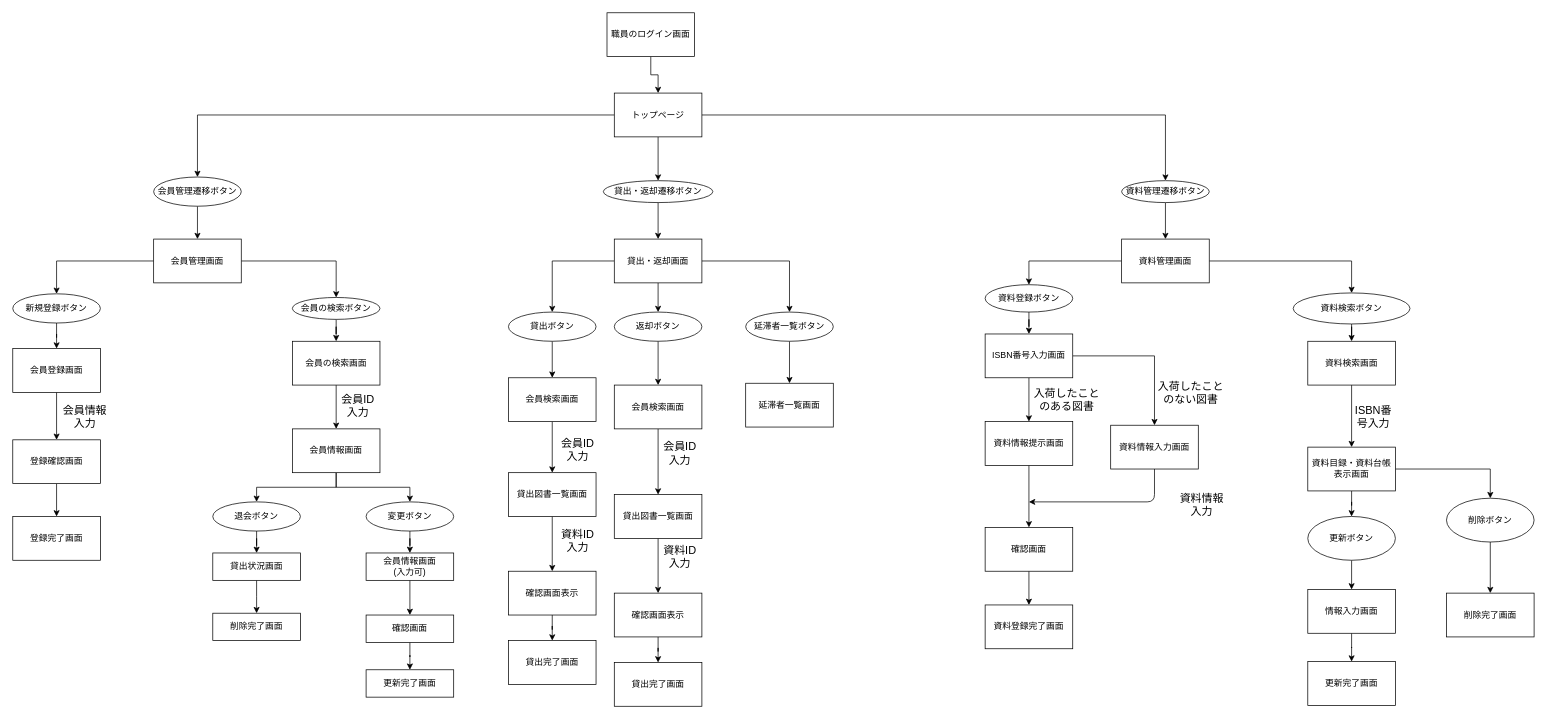
The draw.io diagram 開発演習ドキュメント/図書管理システム/成果物テンプレート/20_外部設計/画面遷移図.drawio in LovesPython/LibraryManagementSystem, before the edit. Source tidied: cells renumbered, new cells numbered last; positions are measured from the earlier drawing's top-left corner, leaving out a move shared by most shapes. Both pictures are drawn from the tidied source at 73%, with x=0, y=0 at pixel (12, 12).
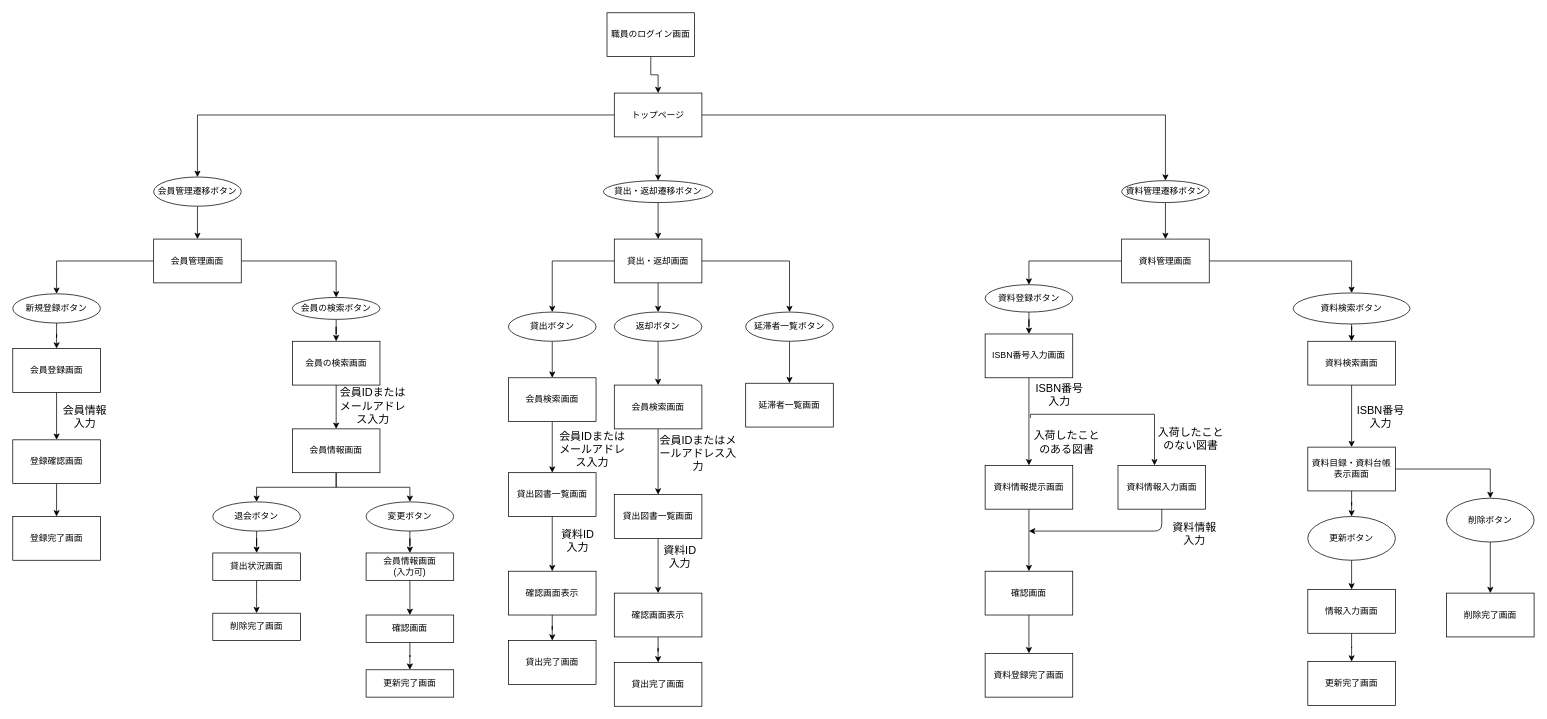
After the change.

Commit message:
画面遷移図少し修正

The change refers to these unchanged cells:
```xml
<mxCell id="42" value="ISBN番号入力画面" style="whiteSpace=wrap;html=1;rounded=0;" parent="1" vertex="1">
  <mxGeometry x="1332" y="440" width="120" height="60" as="geometry" />
</mxCell>
```

The edit, as a diff of the source:
```diff
@@
-    <mxCell id="41" style="edgeStyle=orthogonalEdgeStyle;rounded=0;jettySize=auto;html=1;" parent="1" edge="1" source="42" target="89">
-      <mxGeometry relative="1" as="geometry" />
+    <mxCell id="41" style="edgeStyle=orthogonalEdgeStyle;rounded=0;jettySize=auto;html=1;exitX=0;exitY=0;exitDx=0;exitDy=0;" parent="1" edge="1" source="87" target="89">
+      <mxGeometry relative="1" as="geometry">
+        <Array as="points">
+          <mxPoint x="1394" y="550" />
+          <mxPoint x="1564" y="550" />
+        </Array>
+      </mxGeometry>
     </mxCell>
@@
     <mxCell id="46" value="確認画面" style="whiteSpace=wrap;html=1;rounded=0;" parent="1" vertex="1">
-      <mxGeometry x="1332" y="705" width="120" height="60" as="geometry" />
+      <mxGeometry x="1332" y="765" width="120" height="60" as="geometry" />
     </mxCell>
@@
-    <mxCell id="55" value="&lt;font style=&quot;font-size: 15px&quot;&gt;会員ID入力&lt;/font&gt;" style="text;html=1;strokeColor=none;fillColor=none;align=center;verticalAlign=middle;whiteSpace=wrap;rounded=0;" parent="1" vertex="1">
-      <mxGeometry x="744" y="565" width="60" height="65" as="geometry" />
+    <mxCell id="55" value="&lt;span style=&quot;font-size: 15px&quot;&gt;会員IDまたはメールアドレス入力&lt;/span&gt;" style="text;html=1;strokeColor=none;fillColor=none;align=center;verticalAlign=middle;whiteSpace=wrap;rounded=0;" parent="1" vertex="1">
+      <mxGeometry x="744" y="565" width="100" height="65" as="geometry" />
     </mxCell>
@@
-    <mxCell id="64" value="&lt;font style=&quot;font-size: 15px&quot;&gt;会員ID入力&lt;/font&gt;" style="text;html=1;strokeColor=none;fillColor=none;align=center;verticalAlign=middle;whiteSpace=wrap;rounded=0;" parent="1" vertex="1">
-      <mxGeometry x="884" y="570" width="60" height="65" as="geometry" />
+    <mxCell id="64" value="&lt;span style=&quot;font-size: 15px&quot;&gt;会員IDまたはメールアドレス入力&lt;/span&gt;" style="text;html=1;strokeColor=none;fillColor=none;align=center;verticalAlign=middle;whiteSpace=wrap;rounded=0;" parent="1" vertex="1">
+      <mxGeometry x="884" y="570" width="110" height="65" as="geometry" />
     </mxCell>
@@
-    <mxCell id="72" value="&lt;font style=&quot;font-size: 15px&quot;&gt;会員ID入力&lt;/font&gt;" style="text;html=1;strokeColor=none;fillColor=none;align=center;verticalAlign=middle;whiteSpace=wrap;rounded=0;" parent="1" vertex="1">
-      <mxGeometry x="443" y="505" width="60" height="65" as="geometry" />
+    <mxCell id="72" value="&lt;font style=&quot;font-size: 15px&quot;&gt;会員IDまたはメールアドレス入力&lt;/font&gt;" style="text;html=1;strokeColor=none;fillColor=none;align=center;verticalAlign=middle;whiteSpace=wrap;rounded=0;" parent="1" vertex="1">
+      <mxGeometry x="443" y="505" width="101" height="65" as="geometry" />
     </mxCell>
@@
     <mxCell id="86" value="資料情報提示画面" style="whiteSpace=wrap;html=1;rounded=0;" parent="1" vertex="1">
-      <mxGeometry x="1332" y="560" width="120" height="60" as="geometry" />
+      <mxGeometry x="1332" y="620" width="120" height="60" as="geometry" />
     </mxCell>
     <mxCell id="87" value="&lt;span style=&quot;font-size: 15px&quot;&gt;入荷したことのある図書&lt;/span&gt;" style="text;html=1;strokeColor=none;fillColor=none;align=center;verticalAlign=middle;whiteSpace=wrap;rounded=0;" parent="1" vertex="1">
-      <mxGeometry x="1394" y="497.5" width="100" height="65" as="geometry" />
+      <mxGeometry x="1394" y="555" width="100" height="65" as="geometry" />
     </mxCell>
     <mxCell id="88" value="資料登録完了画面" style="whiteSpace=wrap;html=1;rounded=0;" parent="1" vertex="1">
-      <mxGeometry x="1332" y="811.2" width="120" height="60" as="geometry" />
+      <mxGeometry x="1332" y="877.5" width="120" height="60" as="geometry" />
     </mxCell>
     <mxCell id="89" value="資料情報入力画面" style="whiteSpace=wrap;html=1;rounded=0;" parent="1" vertex="1">
-      <mxGeometry x="1504" y="565" width="120" height="60" as="geometry" />
+      <mxGeometry x="1514" y="620" width="120" height="60" as="geometry" />
     </mxCell>
     <mxCell id="90" style="endArrow=classic;html=1;exitX=0.5;exitY=1;exitDx=0;exitDy=0;" parent="1" edge="1" source="89">
       <mxGeometry relative="1" as="geometry">
-        <mxPoint x="1392" y="670" as="targetPoint" />
+        <mxPoint x="1392" y="710" as="targetPoint" />
         <Array as="points">
-          <mxPoint x="1564" y="670" />
+          <mxPoint x="1574" y="710" />
         </Array>
       </mxGeometry>
     </mxCell>
     <mxCell id="91" value="&lt;span style=&quot;font-size: 15px&quot;&gt;入荷したことのない図書&lt;/span&gt;" style="text;html=1;strokeColor=none;fillColor=none;align=center;verticalAlign=middle;whiteSpace=wrap;rounded=0;" parent="1" vertex="1">
-      <mxGeometry x="1564" y="487.5" width="100" height="65" as="geometry" />
+      <mxGeometry x="1564" y="550" width="100" height="65" as="geometry" />
     </mxCell>
@@
     <mxCell id="95" value="&lt;font style=&quot;font-size: 15px&quot;&gt;ISBN番号入力&lt;/font&gt;" style="text;html=1;strokeColor=none;fillColor=none;align=center;verticalAlign=middle;whiteSpace=wrap;rounded=0;" parent="1" vertex="1">
-      <mxGeometry x="1834" y="520" width="60" height="65" as="geometry" />
+      <mxGeometry x="1834" y="520" width="80" height="65" as="geometry" />
     </mxCell>
     <mxCell id="96" value="&lt;font style=&quot;font-size: 15px&quot;&gt;資料情報入力&lt;/font&gt;" style="text;html=1;strokeColor=none;fillColor=none;align=center;verticalAlign=middle;whiteSpace=wrap;rounded=0;" parent="1" vertex="1">
-      <mxGeometry x="1594" y="640" width="70" height="65" as="geometry" />
+      <mxGeometry x="1584" y="680" width="70" height="65" as="geometry" />
     </mxCell>
@@
+    <mxCell id="108" value="&lt;span style=&quot;font-size: 15px&quot;&gt;ISBN番号&lt;br&gt;入力&lt;br&gt;&lt;/span&gt;" style="text;html=1;strokeColor=none;fillColor=none;align=center;verticalAlign=middle;whiteSpace=wrap;rounded=0;" parent="1" vertex="1">
+      <mxGeometry x="1384" y="490" width="100" height="65" as="geometry" />
+    </mxCell>
```
